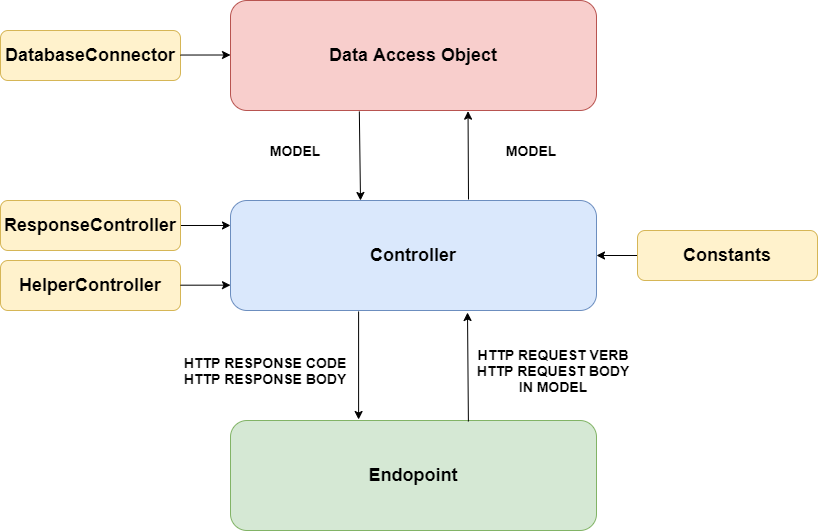
This is documentation/diagram/drawio/system.png from jonathanboreljaquet/bj-travail-diplome-2021, a draw.io export, as it was before one commit. Source tidied: cells renumbered, new cells last; positions are measured from the earlier drawing's top-left corner, leaving out a move shared by most shapes. The source it was exported from:
```xml
<mxGraphModel>
  <root>
    <mxCell id="0" />
    <mxCell id="1" parent="0" />
    <mxCell id="2" style="edgeStyle=none;rounded=0;jettySize=auto;html=1;fontFamily=Helvetica;fontSize=18;fontColor=#00CC00;entryX=0.649;entryY=1.006;entryDx=0;entryDy=0;entryPerimeter=0;" parent="1" edge="1" target="4">
      <mxGeometry relative="1" as="geometry">
        <mxPoint x="468" y="199" as="sourcePoint" />
      </mxGeometry>
    </mxCell>
    <mxCell id="3" value="Controller" style="rounded=1;whiteSpace=wrap;html=1;fillColor=#dae8fc;strokeColor=#6c8ebf;perimeterSpacing=0;fontSize=18;fontStyle=1;fontFamily=Helvetica;" parent="1" vertex="1">
      <mxGeometry x="230" y="200" width="366" height="110" as="geometry" />
    </mxCell>
    <mxCell id="4" value="Data Access Object" style="rounded=1;whiteSpace=wrap;html=1;fillColor=#f8cecc;strokeColor=#b85450;perimeterSpacing=0;fontSize=18;fontStyle=1;fontFamily=Helvetica;" parent="1" vertex="1">
      <mxGeometry x="230" width="366" height="110" as="geometry" />
    </mxCell>
    <mxCell id="5" value="Endopoint" style="rounded=1;whiteSpace=wrap;html=1;fillColor=#d5e8d4;strokeColor=#82b366;perimeterSpacing=0;fontSize=18;fontStyle=1;fontFamily=Helvetica;" parent="1" vertex="1">
      <mxGeometry x="230" y="420" width="366" height="110" as="geometry" />
    </mxCell>
    <mxCell id="6" style="endArrow=classic;html=1;fontFamily=Helvetica;fontSize=18;exitX=0.65;exitY=0.009;exitDx=0;exitDy=0;exitPerimeter=0;" parent="1" edge="1" source="5">
      <mxGeometry relative="1" as="geometry">
        <mxPoint x="467" y="312" as="targetPoint" />
      </mxGeometry>
    </mxCell>
    <mxCell id="7" value="HTTP REQUEST VERB&lt;br style=&quot;font-size: 14px&quot;&gt;HTTP REQUEST BODY&lt;br&gt;IN MODEL" style="text;html=1;strokeColor=none;fillColor=none;align=center;verticalAlign=middle;whiteSpace=wrap;rounded=0;fontFamily=Helvetica;fontSize=14;fontStyle=1;" parent="1" vertex="1">
      <mxGeometry x="466" y="330" width="174" height="80" as="geometry" />
    </mxCell>
    <mxCell id="8" style="endArrow=classic;html=1;fontFamily=Helvetica;fontSize=18;exitX=0.35;exitY=1.009;exitDx=0;exitDy=0;exitPerimeter=0;entryX=0.35;entryY=-0.009;entryDx=0;entryDy=0;entryPerimeter=0;" parent="1" edge="1" source="3" target="5">
      <mxGeometry relative="1" as="geometry" />
    </mxCell>
    <mxCell id="9" value="HTTP RESPONSE CODE&lt;br style=&quot;font-size: 14px&quot;&gt;HTTP RESPONSE BODY" style="text;html=1;strokeColor=none;fillColor=none;align=center;verticalAlign=middle;whiteSpace=wrap;rounded=0;fontFamily=Helvetica;fontSize=14;fontStyle=1;" parent="1" vertex="1">
      <mxGeometry x="180" y="325" width="170" height="90" as="geometry" />
    </mxCell>
    <mxCell id="10" style="rounded=0;jettySize=auto;html=1;fontFamily=Helvetica;fontSize=18;fontColor=#00CC00;exitX=1;exitY=0.5;exitDx=0;exitDy=0;entryX=0;entryY=0.227;entryDx=0;entryDy=0;entryPerimeter=0;" parent="1" edge="1" source="11" target="3">
      <mxGeometry relative="1" as="geometry" />
    </mxCell>
    <mxCell id="11" value="ResponseController" style="rounded=1;whiteSpace=wrap;html=1;fillColor=#fff2cc;strokeColor=#d6b656;perimeterSpacing=0;fontSize=18;fontStyle=1;fontFamily=Helvetica;" parent="1" vertex="1">
      <mxGeometry y="200" width="180" height="50" as="geometry" />
    </mxCell>
    <mxCell id="12" value="HelperController" style="rounded=1;whiteSpace=wrap;html=1;fillColor=#fff2cc;strokeColor=#d6b656;perimeterSpacing=0;fontSize=18;fontStyle=1;fontFamily=Helvetica;" parent="1" vertex="1">
      <mxGeometry y="260" width="180" height="50" as="geometry" />
    </mxCell>
    <mxCell id="13" style="rounded=0;orthogonalLoop=1;jettySize=auto;html=1;fontFamily=Helvetica;fontSize=18;fontColor=#00CC00;exitX=1;exitY=0.5;exitDx=0;exitDy=0;entryX=0;entryY=0.227;entryDx=0;entryDy=0;entryPerimeter=0;" parent="1" edge="1">
      <mxGeometry relative="1" as="geometry">
        <mxPoint x="180" y="284.7" as="sourcePoint" />
        <mxPoint x="230" y="284.7" as="targetPoint" />
      </mxGeometry>
    </mxCell>
    <mxCell id="14" style="endArrow=classic;html=1;fontFamily=Helvetica;fontSize=18;exitX=0.352;exitY=1.009;exitDx=0;exitDy=0;exitPerimeter=0;" parent="1" edge="1" source="4">
      <mxGeometry relative="1" as="geometry">
        <mxPoint x="360" y="200" as="targetPoint" />
      </mxGeometry>
    </mxCell>
    <mxCell id="15" value="MODEL" style="text;html=1;strokeColor=none;fillColor=none;align=center;verticalAlign=middle;whiteSpace=wrap;rounded=0;fontFamily=Helvetica;fontSize=14;fontStyle=1;" parent="1" vertex="1">
      <mxGeometry x="466" y="110" width="130" height="80" as="geometry" />
    </mxCell>
    <mxCell id="16" value="MODEL" style="text;html=1;strokeColor=none;fillColor=none;align=center;verticalAlign=middle;whiteSpace=wrap;rounded=0;fontFamily=Helvetica;fontSize=14;fontStyle=1;" parent="1" vertex="1">
      <mxGeometry x="230" y="110" width="130" height="80" as="geometry" />
    </mxCell>
    <mxCell id="17" value="DatabaseConnector" style="rounded=1;whiteSpace=wrap;html=1;fillColor=#fff2cc;strokeColor=#d6b656;perimeterSpacing=0;fontSize=18;fontStyle=1;fontFamily=Helvetica;" parent="1" vertex="1">
      <mxGeometry y="30" width="180" height="50" as="geometry" />
    </mxCell>
    <mxCell id="18" style="rounded=0;orthogonalLoop=1;jettySize=auto;html=1;fontFamily=Helvetica;fontSize=18;fontColor=#00CC00;exitX=1;exitY=0.5;exitDx=0;exitDy=0;entryX=0;entryY=0.227;entryDx=0;entryDy=0;entryPerimeter=0;" parent="1" edge="1">
      <mxGeometry relative="1" as="geometry">
        <mxPoint x="180" y="54.5" as="sourcePoint" />
        <mxPoint x="230" y="54.5" as="targetPoint" />
      </mxGeometry>
    </mxCell>
    <mxCell id="19" style="edgeStyle=none;rounded=0;jettySize=auto;html=1;entryX=1;entryY=0.5;entryDx=0;entryDy=0;fontFamily=Helvetica;fontSize=14;fontColor=#000000;" parent="1" edge="1" source="20" target="3">
      <mxGeometry relative="1" as="geometry" />
    </mxCell>
    <mxCell id="20" value="Constants" style="rounded=1;whiteSpace=wrap;html=1;fillColor=#fff2cc;strokeColor=#d6b656;perimeterSpacing=0;fontSize=18;fontStyle=1;fontFamily=Helvetica;" parent="1" vertex="1">
      <mxGeometry x="637" y="230" width="180" height="50" as="geometry" />
    </mxCell>
  </root>
</mxGraphModel>
```
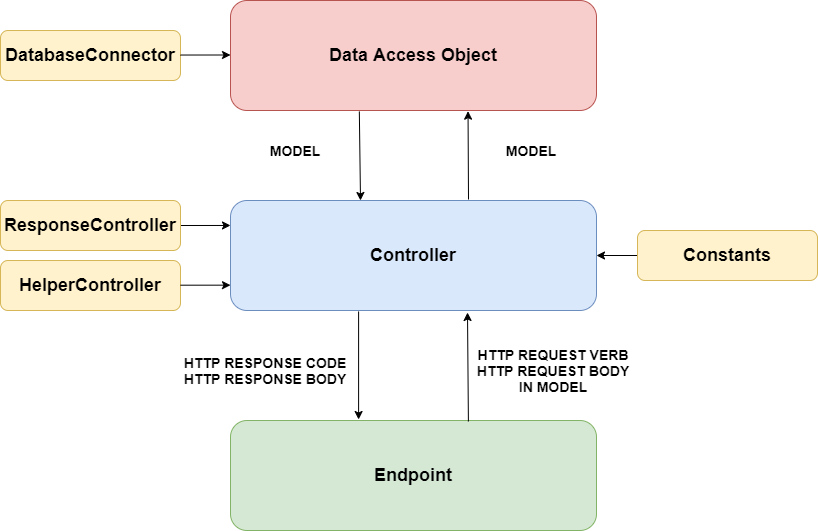
Above is the later version.

The edit, as a diff of the source:
```diff
@@ -13,7 +13,7 @@
     <mxCell id="4" value="Data Access Object" style="rounded=1;whiteSpace=wrap;html=1;fillColor=#f8cecc;strokeColor=#b85450;perimeterSpacing=0;fontSize=18;fontStyle=1;fontFamily=Helvetica;" parent="1" vertex="1">
       <mxGeometry x="230" width="366" height="110" as="geometry" />
     </mxCell>
-    <mxCell id="5" value="Endopoint" style="rounded=1;whiteSpace=wrap;html=1;fillColor=#d5e8d4;strokeColor=#82b366;perimeterSpacing=0;fontSize=18;fontStyle=1;fontFamily=Helvetica;" parent="1" vertex="1">
+    <mxCell id="5" value="Endpoint" style="rounded=1;whiteSpace=wrap;html=1;fillColor=#d5e8d4;strokeColor=#82b366;perimeterSpacing=0;fontSize=18;fontStyle=1;fontFamily=Helvetica;" parent="1" vertex="1">
       <mxGeometry x="230" y="420" width="366" height="110" as="geometry" />
     </mxCell>
     <mxCell id="6" style="endArrow=classic;html=1;fontFamily=Helvetica;fontSize=18;exitX=0.65;exitY=0.009;exitDx=0;exitDy=0;exitPerimeter=0;" parent="1" edge="1" source="5">
```
